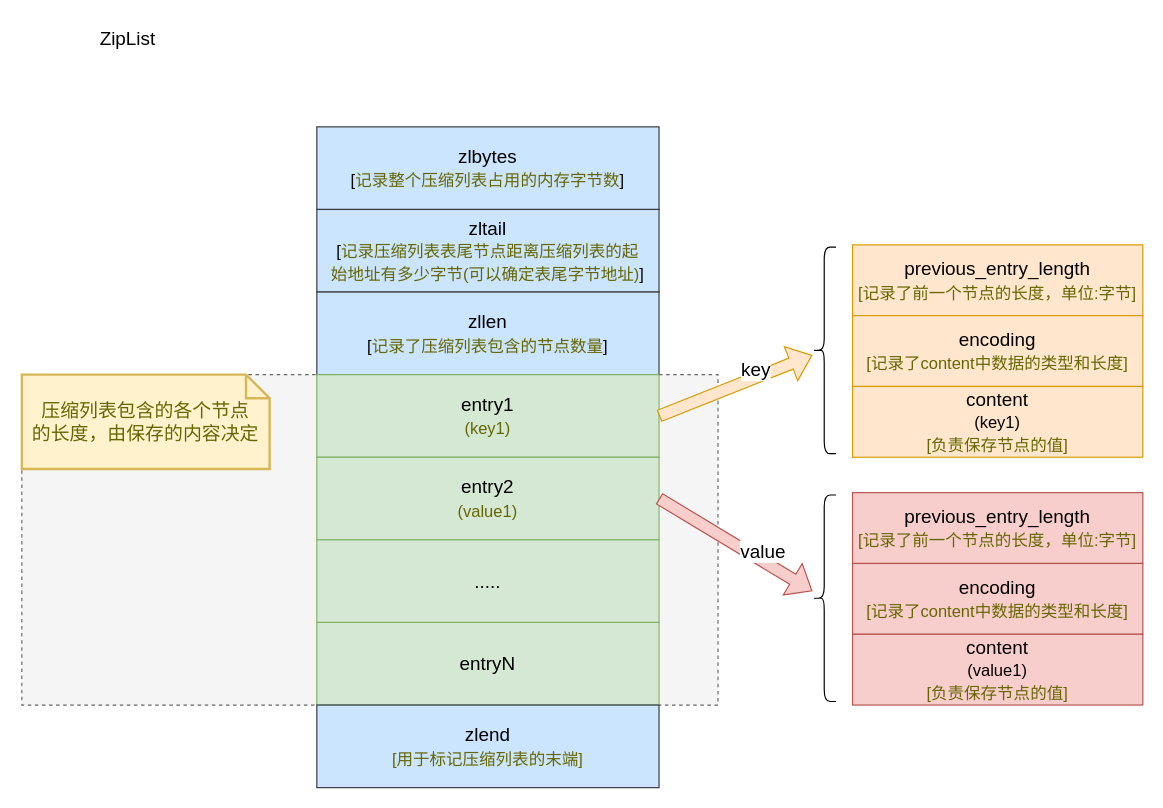
Before: page "Redis-Hash" (2 of 2) of Redis/Redis.drawio in zhangyuying-cn/images, a draw.io diagram. Source tidied: cells renumbered, new cells numbered last; positions are measured from the earlier drawing's top-left corner, leaving out a move shared by most shapes. Both pictures are drawn from the tidied source at 118%, with x=0, y=0 at pixel (21, 20).
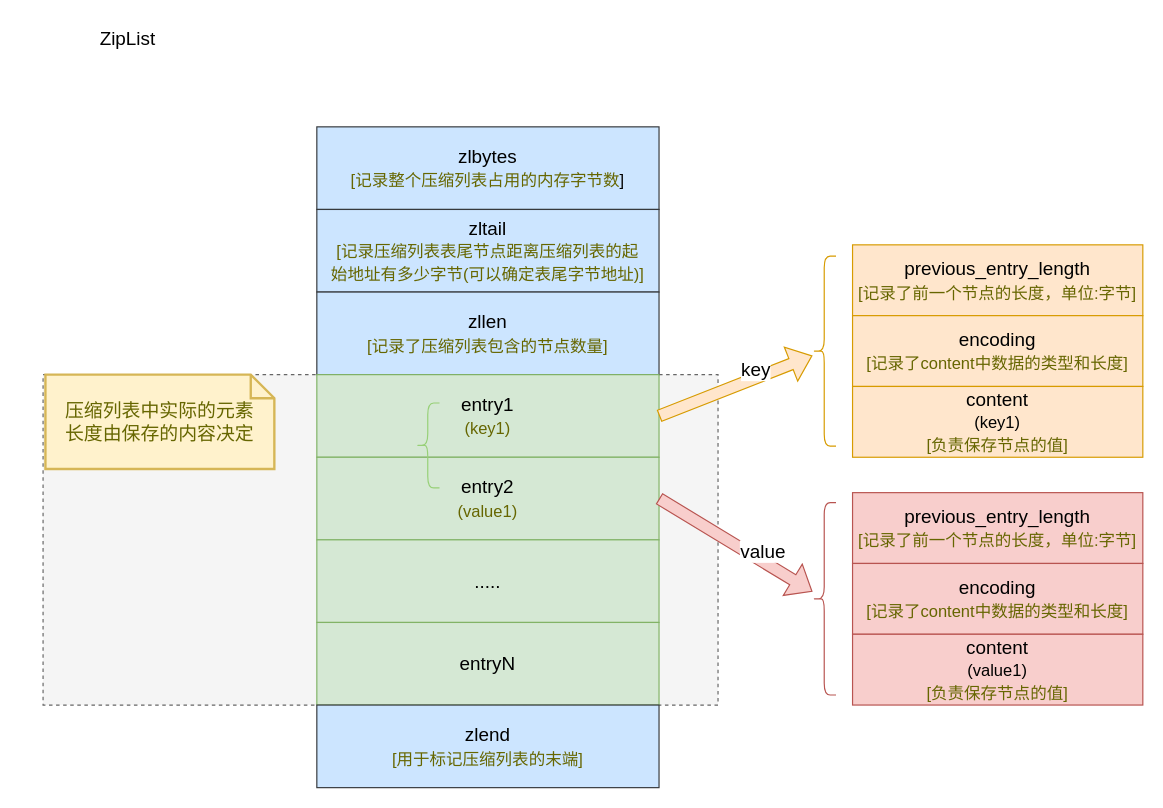
The same diagram, later.

Commit message (it also covers changes not shown here):
Hash-zipList

The edit, as a diff of the source:
```diff
@@
     <mxCell id="2" style="rounded=0;whiteSpace=wrap;html=1;fontSize=16;strokeWidth=1;dashed=1;fillColor=#f5f5f5;strokeColor=#666666;fontColor=#333333;" parent="1" vertex="1">
-      <mxGeometry y="300" width="590" height="280" as="geometry" />
+      <mxGeometry x="18" y="300" width="572" height="280" as="geometry" />
     </mxCell>
-    <mxCell id="3" value="zlbytes&lt;br&gt;&lt;font style=&quot;font-size: 14px;&quot;&gt;[&lt;span style=&quot;color: rgb(102, 102, 0);&quot;&gt;记录整个压缩列表&lt;/span&gt;&lt;span style=&quot;color: rgb(102, 102, 0);&quot;&gt;占用的内存字节数&lt;/span&gt;]&lt;/font&gt;" style="rounded=0;whiteSpace=wrap;html=1;fontSize=16;strokeWidth=1;fillColor=#cce5ff;strokeColor=#36393d;" parent="1" vertex="1">
+    <mxCell id="3" value="zlbytes&lt;br&gt;&lt;font style=&quot;font-size: 14px;&quot;&gt;&lt;font color=&quot;#666600&quot;&gt;[&lt;/font&gt;&lt;span style=&quot;color: rgb(102, 102, 0);&quot;&gt;记录整个压缩列表&lt;/span&gt;&lt;span style=&quot;color: rgb(102, 102, 0);&quot;&gt;占用的内存字节数&lt;/span&gt;]&lt;/font&gt;" style="rounded=0;whiteSpace=wrap;html=1;fontSize=16;strokeWidth=1;fillColor=#cce5ff;strokeColor=#36393d;" parent="1" vertex="1">
       <mxGeometry x="250" y="90" width="290" height="70" as="geometry" />
     </mxCell>
-    <mxCell id="4" value="zltail&lt;br&gt;&lt;font style=&quot;font-size: 14px;&quot;&gt;[&lt;font style=&quot;font-size: 14px;&quot;&gt;&lt;span style=&quot;color: rgb(102, 102, 0);&quot;&gt;记录压缩列表表尾节点距离压缩列表的起&lt;br&gt;始&lt;/span&gt;&lt;span style=&quot;color: rgb(102, 102, 0);&quot;&gt;地址有多少字节(可以确定表尾字节地址)&lt;/span&gt;&lt;/font&gt;]&lt;/font&gt;" style="rounded=0;whiteSpace=wrap;html=1;fontSize=16;strokeWidth=1;fillColor=#cce5ff;strokeColor=#36393d;" parent="1" vertex="1">
+    <mxCell id="4" value="zltail&lt;br&gt;&lt;font style=&quot;font-size: 14px;&quot;&gt;&lt;font color=&quot;#666600&quot;&gt;[&lt;/font&gt;&lt;font style=&quot;font-size: 14px;&quot;&gt;&lt;span style=&quot;color: rgb(102, 102, 0);&quot;&gt;记录压缩列表表尾节点距离压缩列表的起&lt;br&gt;始&lt;/span&gt;&lt;span style=&quot;color: rgb(102, 102, 0);&quot;&gt;地址有多少字节(可以确定表尾字节地址)&lt;/span&gt;&lt;/font&gt;&lt;font color=&quot;#666600&quot;&gt;]&lt;/font&gt;&lt;/font&gt;" style="rounded=0;whiteSpace=wrap;html=1;fontSize=16;strokeWidth=1;fillColor=#cce5ff;strokeColor=#36393d;" parent="1" vertex="1">
       <mxGeometry x="250" y="160" width="290" height="70" as="geometry" />
     </mxCell>
-    <mxCell id="5" value="zllen&lt;br&gt;&lt;font style=&quot;font-size: 14px;&quot;&gt;[&lt;span style=&quot;color: rgb(102, 102, 0);&quot;&gt;记录了压缩列表&lt;/span&gt;&lt;span style=&quot;color: rgb(102, 102, 0);&quot;&gt;包含的节点数量&lt;/span&gt;]&lt;/font&gt;" style="rounded=0;whiteSpace=wrap;html=1;fontSize=16;strokeWidth=1;fillColor=#cce5ff;strokeColor=#36393d;" parent="1" vertex="1">
+    <mxCell id="5" value="zllen&lt;br&gt;&lt;font color=&quot;#666600&quot; style=&quot;font-size: 14px;&quot;&gt;[记录了压缩列表包含的节点数量]&lt;/font&gt;" style="rounded=0;whiteSpace=wrap;html=1;fontSize=16;strokeWidth=1;fillColor=#cce5ff;strokeColor=#36393d;" parent="1" vertex="1">
       <mxGeometry x="250" y="230" width="290" height="70" as="geometry" />
     </mxCell>
@@
-    <mxCell id="14" style="shape=curlyBracket;whiteSpace=wrap;html=1;rounded=1;fontSize=16;strokeWidth=1;gradientColor=none;" parent="1" vertex="1">
-      <mxGeometry x="670" y="192" width="20" height="175" as="geometry" />
+    <mxCell id="14" style="shape=curlyBracket;whiteSpace=wrap;html=1;rounded=1;fontSize=16;strokeWidth=1;fillColor=#ffe6cc;strokeColor=#d79b00;" parent="1" vertex="1">
+      <mxGeometry x="670" y="199.5" width="20" height="161" as="geometry" />
     </mxCell>
@@
-    <mxCell id="17" style="shape=curlyBracket;whiteSpace=wrap;html=1;rounded=1;fontSize=16;strokeWidth=1;gradientColor=none;" parent="1" vertex="1">
-      <mxGeometry x="670" y="402" width="20" height="175" as="geometry" />
+    <mxCell id="17" style="shape=curlyBracket;whiteSpace=wrap;html=1;rounded=1;fontSize=16;strokeWidth=1;fillColor=#f8cecc;strokeColor=#b85450;" parent="1" vertex="1">
+      <mxGeometry x="670" y="408.5" width="20" height="163" as="geometry" />
     </mxCell>
@@
-    <mxCell id="21" value="&lt;span style=&quot;font-size: 16px;&quot;&gt;压缩列表包含的各个节点&lt;br&gt;的长度，由保存的内容决定&lt;/span&gt;" style="shape=note;strokeWidth=2;fontSize=14;size=20;whiteSpace=wrap;html=1;fillColor=#fff2cc;strokeColor=#d6b656;fontColor=#666600;" parent="1" vertex="1">
-      <mxGeometry y="300" width="210" height="80" as="geometry" />
+    <mxCell id="21" value="&lt;span style=&quot;font-size: 16px;&quot;&gt;压缩列表中实际的元素&lt;br&gt;长度由保存的内容决定&lt;/span&gt;" style="shape=note;strokeWidth=2;fontSize=14;size=20;whiteSpace=wrap;html=1;fillColor=#fff2cc;strokeColor=#d6b656;fontColor=#666600;" parent="1" vertex="1">
+      <mxGeometry x="20" y="300" width="194" height="80" as="geometry" />
     </mxCell>
@@
+    <mxCell id="25" style="shape=curlyBracket;whiteSpace=wrap;html=1;rounded=1;fontSize=14;fontColor=#000000;strokeWidth=1;gradientColor=none;strokeColor=#97D077;" parent="1" vertex="1">
+      <mxGeometry x="334" y="324" width="20" height="72" as="geometry" />
+    </mxCell>
```
